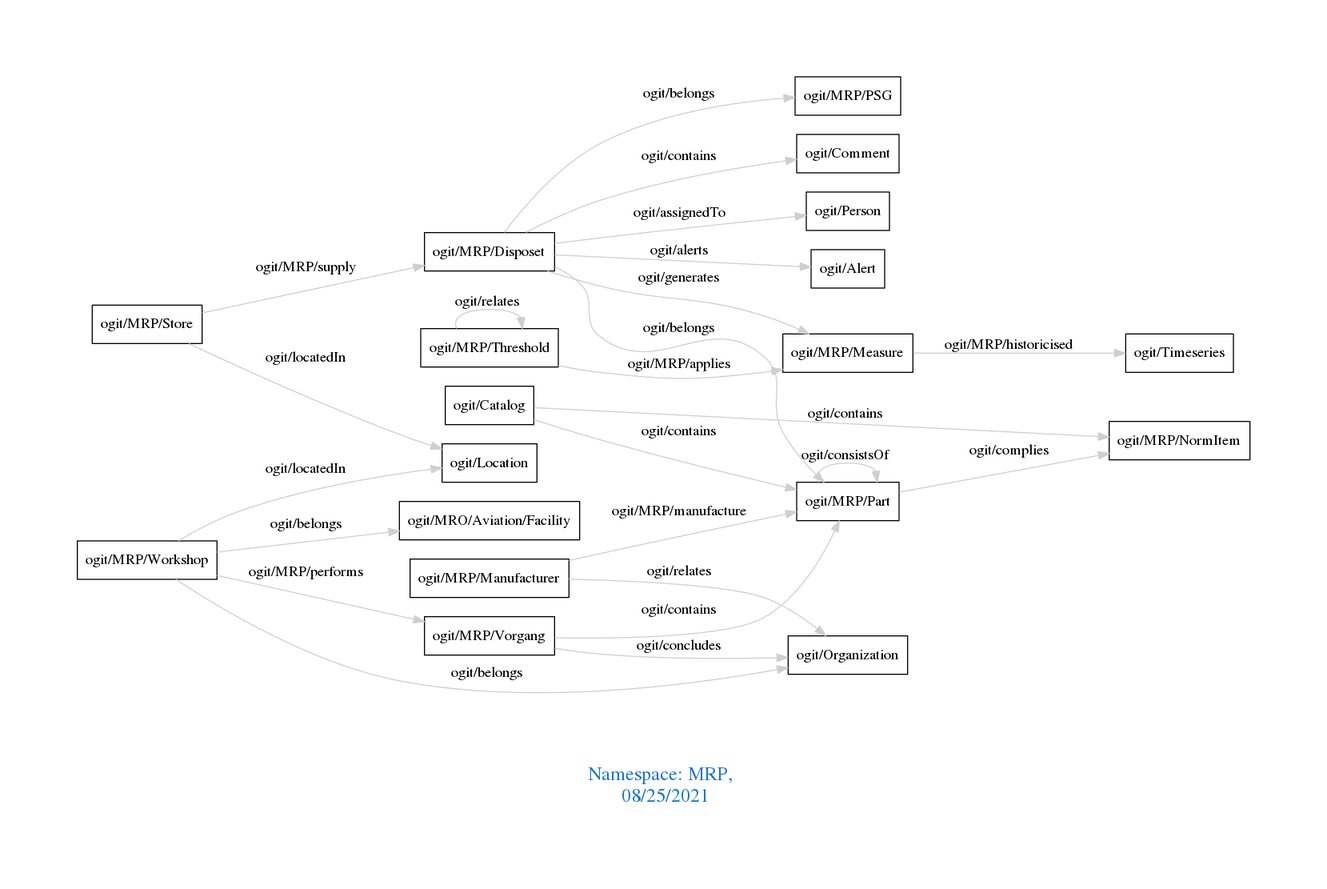
The Graphviz diagram downloads/MRP.png in arago/OGIT, before a commit. Its source is kept beside it as downloads/MRP.dot.
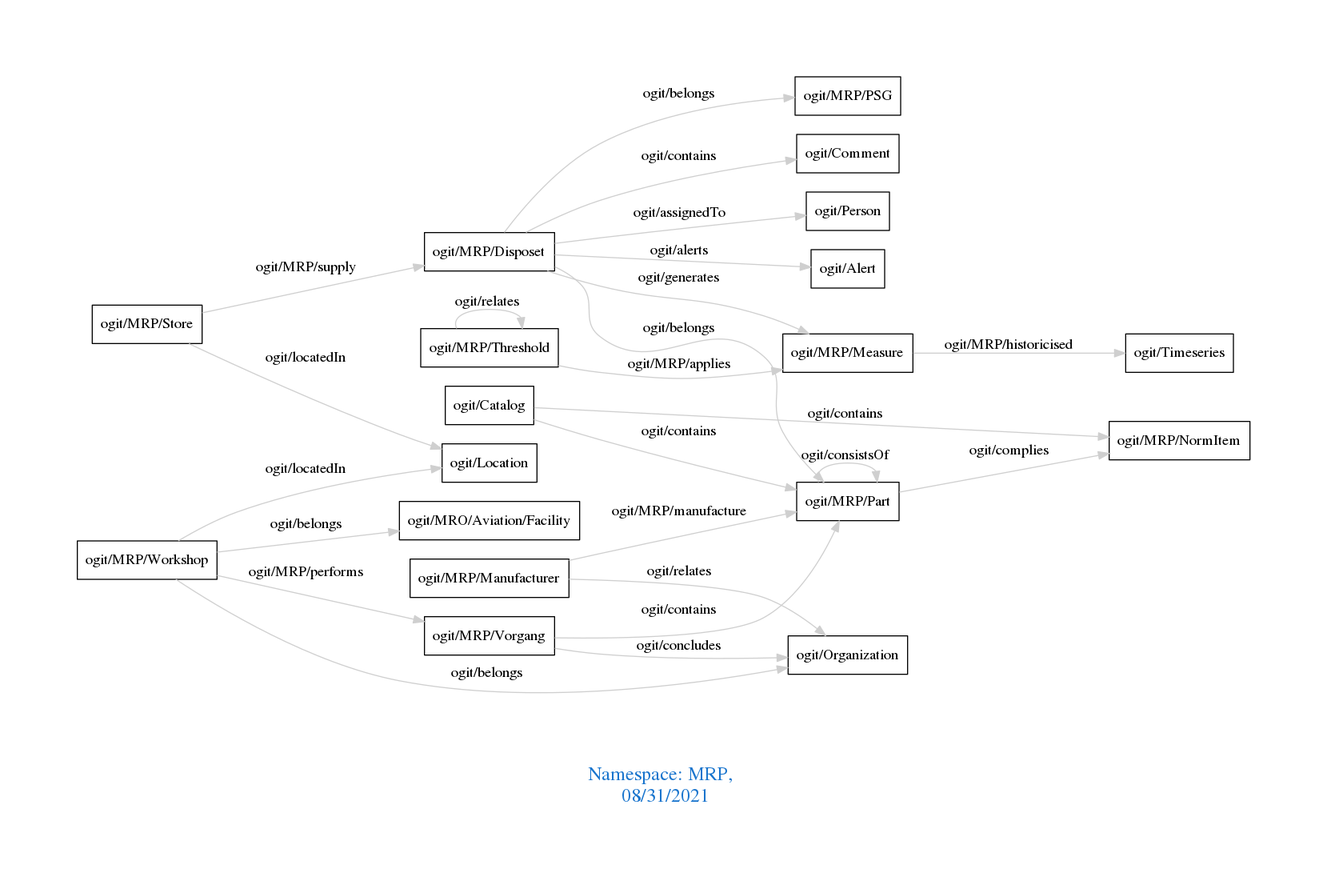
Later version of the same file.

The edit, as a diff of the source:
```diff
@@ -1,7 +1,7 @@
 digraph OGIT_ontology {
  graph [ rankdir= LR,pad=1
 fontsize = 18,
-fontcolor= dodgerblue3,label = "\n\n\nNamespace: MRP, \n 08/25/2021"];
+fontcolor= dodgerblue3,label = "\n\n\nNamespace: MRP, \n 08/31/2021"];
 node[shape=polygon];
 edge [  color="gray81"];
 
```
